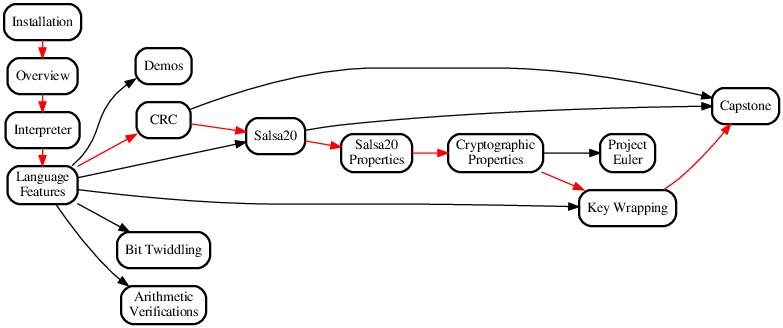
Above: misc/deps.png in weaversa/cryptol-course (Graphviz), before the change. Its source is kept beside it as misc/deps.gv.
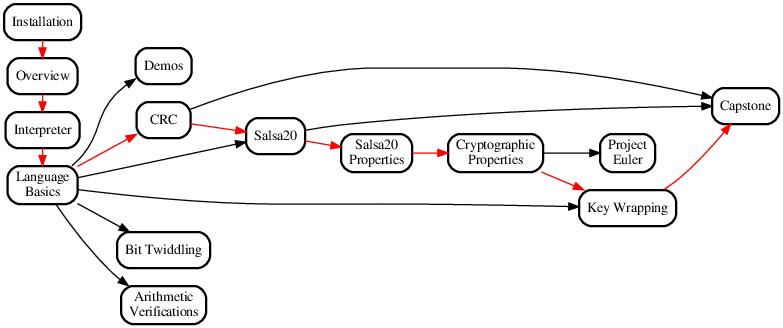
The same diagram one commit later.

Commit message:
Last of LanguageBasics::LanguageBasics to Language::Basics, I think

Diff of the diagram source:
```diff
@@ -16,7 +16,7 @@
   Installation [URL="https://github.com/weaversa/cryptol-course/blob/master/INSTALL.md"];
   Overview [URL="https://github.com/weaversa/cryptol-course/blob/master/labs/Overview/Overview.md"];
   Interpreter [URL="https://github.com/weaversa/cryptol-course/blob/master/labs/Interpreter/Interpreter.md"];
-  LanguageBasics [URL="https://github.com/weaversa/cryptol-course/blob/master/labs/LanguageBasics/LanguageBasics.md"];
+  LanguageBasics [URL="https://github.com/weaversa/cryptol-course/blob/master/labs/Language/Basics.md"];
   Demos [URL="https://github.com/weaversa/cryptol-course/blob/master/labs/Demos/Demos.md"];
   CRC [URL="https://github.com/weaversa/cryptol-course/blob/master/labs/CRC/CRC.md"];
   Salsa20 [URL="https://github.com/weaversa/cryptol-course/blob/master/labs/Salsa20/Salsa20.md"];
```
